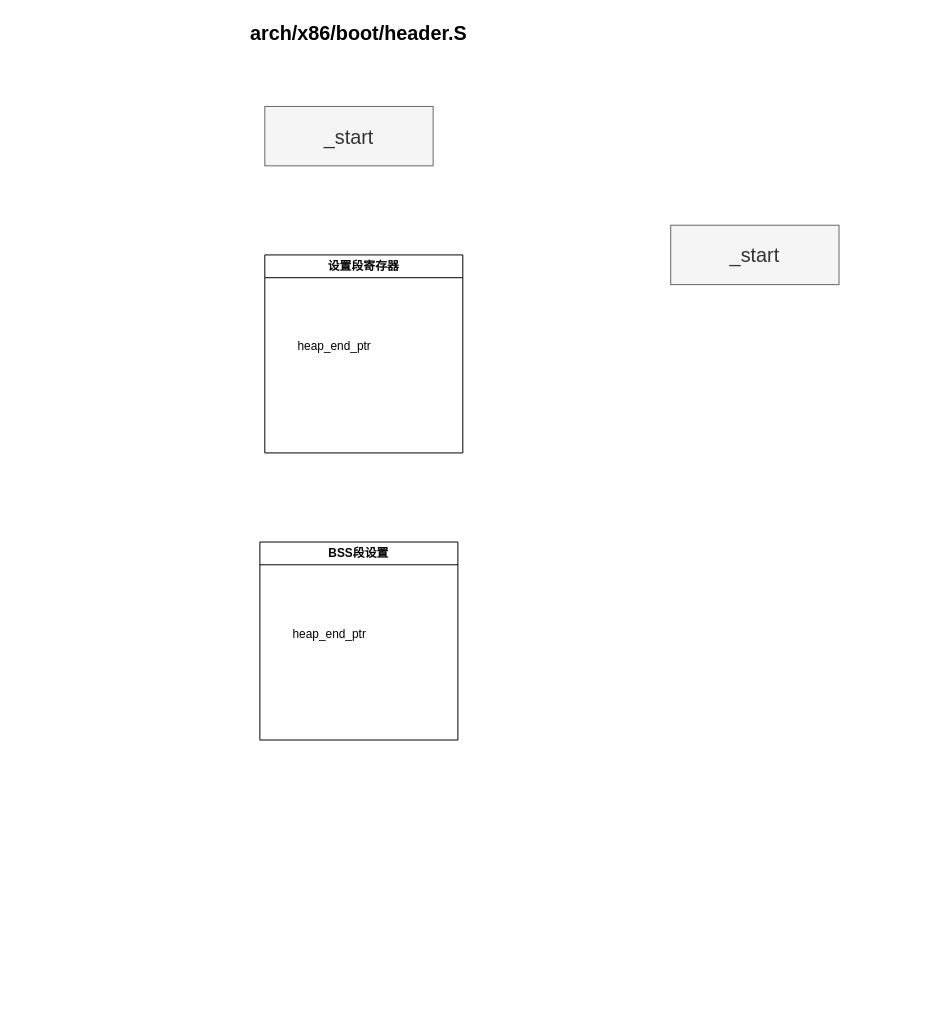
Earlier version of the draw.io diagram Linux初始化过程.drawio (wbzzx-bb/wb-linux). Source tidied: cells renumbered, new cells numbered last; positions are measured from the earlier drawing's top-left corner, leaving out a move shared by most shapes. Both pictures are drawn from the tidied source at 99%, with x=0, y=0 at pixel (215, 17).
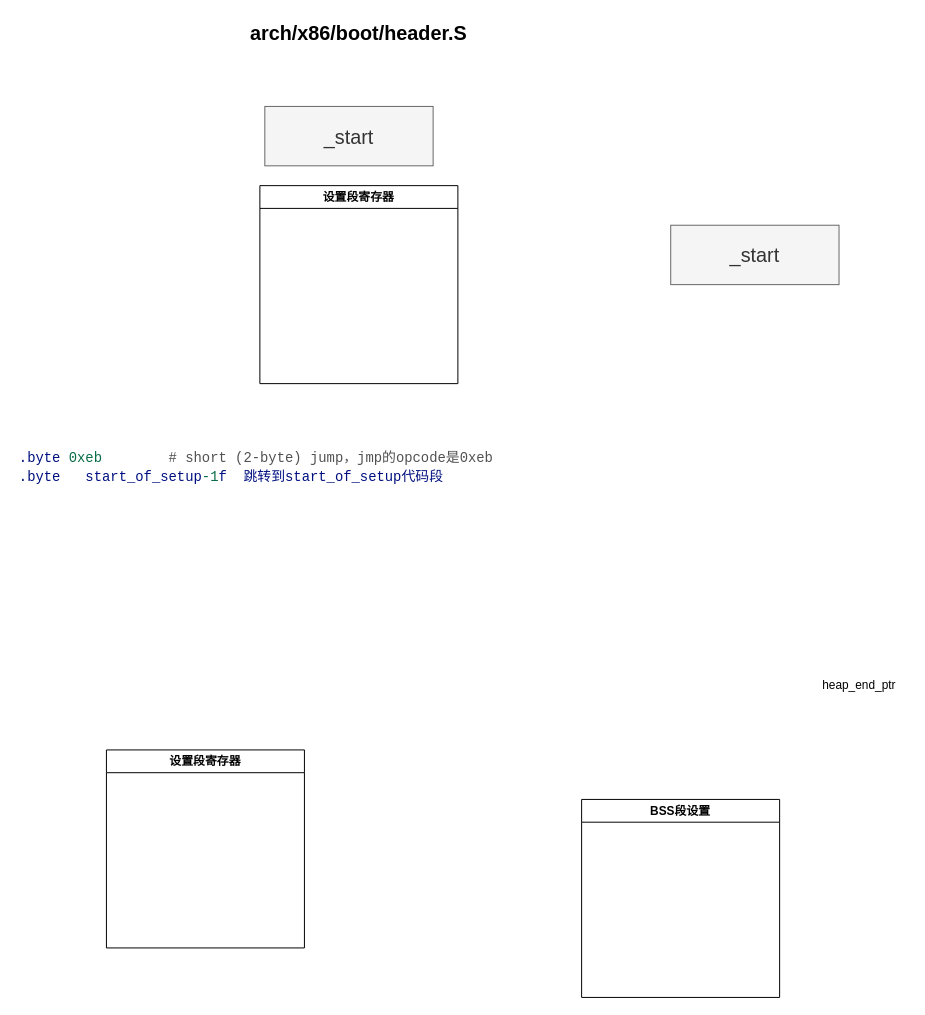
The same diagram, later.

Commit message (it also covers changes not shown here):
更新Linux初始化过程.drawio

What changed in the source:
```diff
@@
 <mxGraphModel>
   <root>
     <mxCell id="0" />
     <mxCell id="1" parent="0" />
     <mxCell id="2" value="&lt;span style=&quot;font-weight: 700;&quot;&gt;&lt;font style=&quot;font-size: 20px;&quot;&gt;arch/x86/boot/header.S&lt;/font&gt;&lt;/span&gt;" style="text;strokeColor=none;align=center;fillColor=none;html=1;verticalAlign=middle;whiteSpace=wrap;rounded=0;" parent="1" vertex="1">
       <mxGeometry width="290" height="30" as="geometry" />
     </mxCell>
     <mxCell id="3" value="&lt;font style=&quot;font-size: 20px;&quot;&gt;_start&lt;/font&gt;" style="rounded=0;whiteSpace=wrap;html=1;fillColor=#f5f5f5;fontColor=#333333;strokeColor=#666666;" parent="1" vertex="1">
       <mxGeometry x="50" y="90" width="170" height="60" as="geometry" />
     </mxCell>
     <mxCell id="4" value="&lt;font style=&quot;font-size: 20px;&quot;&gt;_start&lt;/font&gt;" style="rounded=0;whiteSpace=wrap;html=1;fillColor=#f5f5f5;fontColor=#333333;strokeColor=#666666;" parent="1" vertex="1">
       <mxGeometry x="460" y="210" width="170" height="60" as="geometry" />
     </mxCell>
     <mxCell id="5" value="设置段寄存器" style="swimlane;whiteSpace=wrap;html=1;" parent="1" vertex="1">
-      <mxGeometry x="50" y="240" width="200" height="200" as="geometry" />
+      <mxGeometry x="-110" y="740" width="200" height="200" as="geometry" />
     </mxCell>
-    <mxCell id="6" value="heap_end_ptr" style="text;html=1;align=center;verticalAlign=middle;strokeColor=none;fillColor=none;" parent="1" vertex="1">
-      <mxGeometry x="70" y="318" width="100" height="30" as="geometry" />
+    <mxCell id="6" value="&lt;div style=&quot;color: rgb(41, 41, 41); background-color: rgb(255, 255, 255); font-family: Consolas, &amp;quot;Courier New&amp;quot;, monospace; font-size: 14px; line-height: 19px; white-space-collapse: preserve;&quot;&gt;&lt;div&gt;&lt;span style=&quot;color: #001080;&quot;&gt;.byte&lt;/span&gt; &lt;span style=&quot;color: #096d48;&quot;&gt;0xeb&lt;/span&gt; &amp;nbsp; &amp;nbsp; &amp;nbsp; &amp;nbsp;&lt;span style=&quot;color: #515151;&quot;&gt;# short (2-byte) jump，&lt;/span&gt;&lt;span style=&quot;color: rgb(81, 81, 81);&quot;&gt;jmp的opcode是0xeb&lt;/span&gt;&lt;/div&gt;&lt;div&gt;&lt;span style=&quot;color: rgb(0, 16, 128);&quot;&gt;.byte&lt;/span&gt; &amp;nbsp; &lt;span style=&quot;color: rgb(0, 16, 128);&quot;&gt;start_of_setup&lt;/span&gt;&lt;span style=&quot;color: rgb(9, 109, 72);&quot;&gt;-1&lt;/span&gt;&lt;span style=&quot;color: rgb(0, 16, 128);&quot;&gt;f  跳转到start_of_setup代码段&lt;/span&gt;&lt;/div&gt;&lt;/div&gt;" style="text;html=1;align=left;verticalAlign=middle;strokeColor=none;fillColor=none;" parent="1" vertex="1">
+      <mxGeometry x="-200" y="430" width="470" height="50" as="geometry" />
     </mxCell>
     <mxCell id="7" value="BSS段设置" style="swimlane;whiteSpace=wrap;html=1;" parent="1" vertex="1">
-      <mxGeometry x="45" y="530" width="200" height="200" as="geometry" />
+      <mxGeometry x="370" y="790" width="200" height="200" as="geometry" />
     </mxCell>
     <mxCell id="8" value="heap_end_ptr" style="text;html=1;align=center;verticalAlign=middle;strokeColor=none;fillColor=none;" parent="1" vertex="1">
-      <mxGeometry x="65" y="608" width="100" height="30" as="geometry" />
+      <mxGeometry x="600" y="660" width="100" height="30" as="geometry" />
     </mxCell>
+    <mxCell id="9" value="设置段寄存器" style="swimlane;whiteSpace=wrap;html=1;" parent="1" vertex="1">
+      <mxGeometry x="45" y="170" width="200" height="200" as="geometry" />
+    </mxCell>
   </root>
 </mxGraphModel>
```
